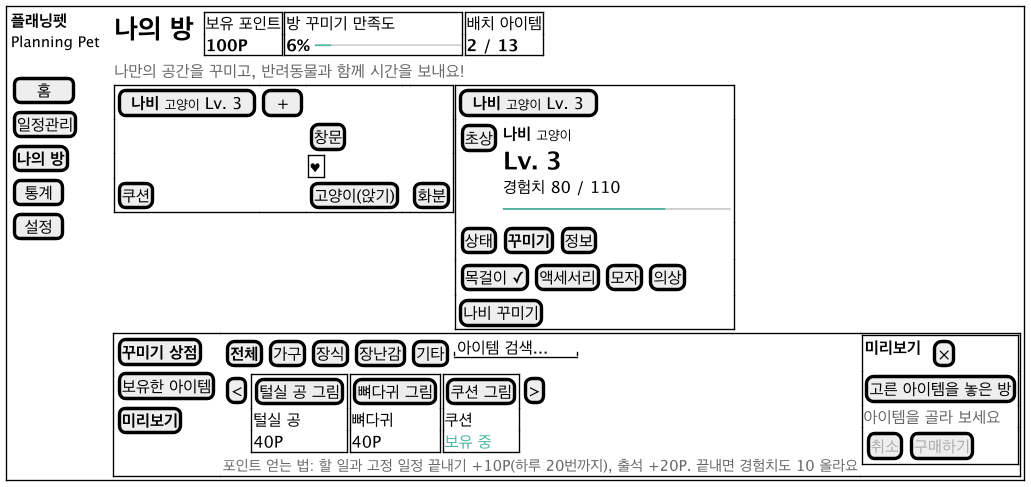
The PlantUML diagram docs/diagrams/ui-room.png in 2026-2-software-system-design-11/planning-pet-app, before a commit.
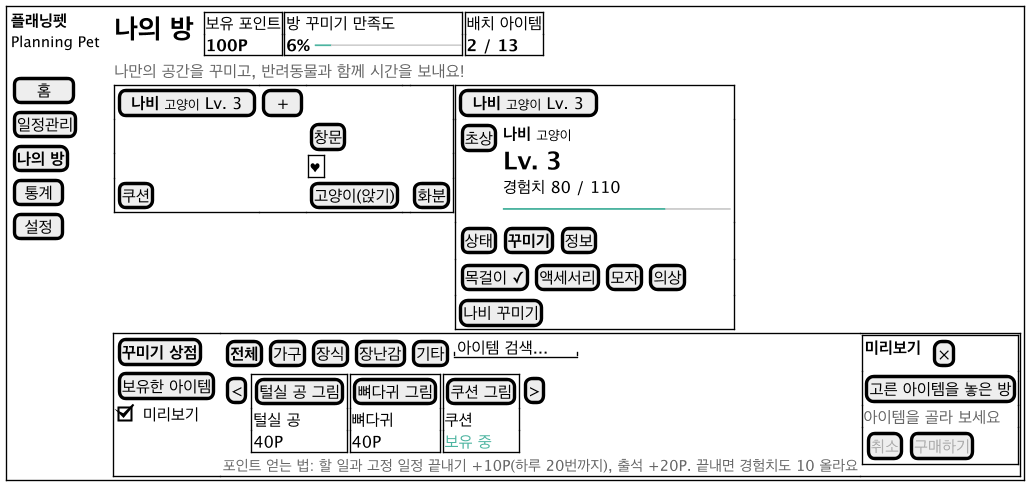
The same file after the commit.

Commit message:
docs(shop): 상점 탭 둘과 미리보기 스위치를 명세에 적기 (#195)

Diff of the diagram source:
```diff
@@ -39,7 +39,7 @@
         {
           [<b>꾸미기 상점</b>]
           [보유한 아이템]
-          [<b>미리보기</b>]
+          [X] 미리보기
         } | {
           { [<b>전체</b>] | [가구] | [장식] | [장난감] | [기타] | "아이템 검색...  " }
           { [<] | {+ [털실 공 그림]
```
